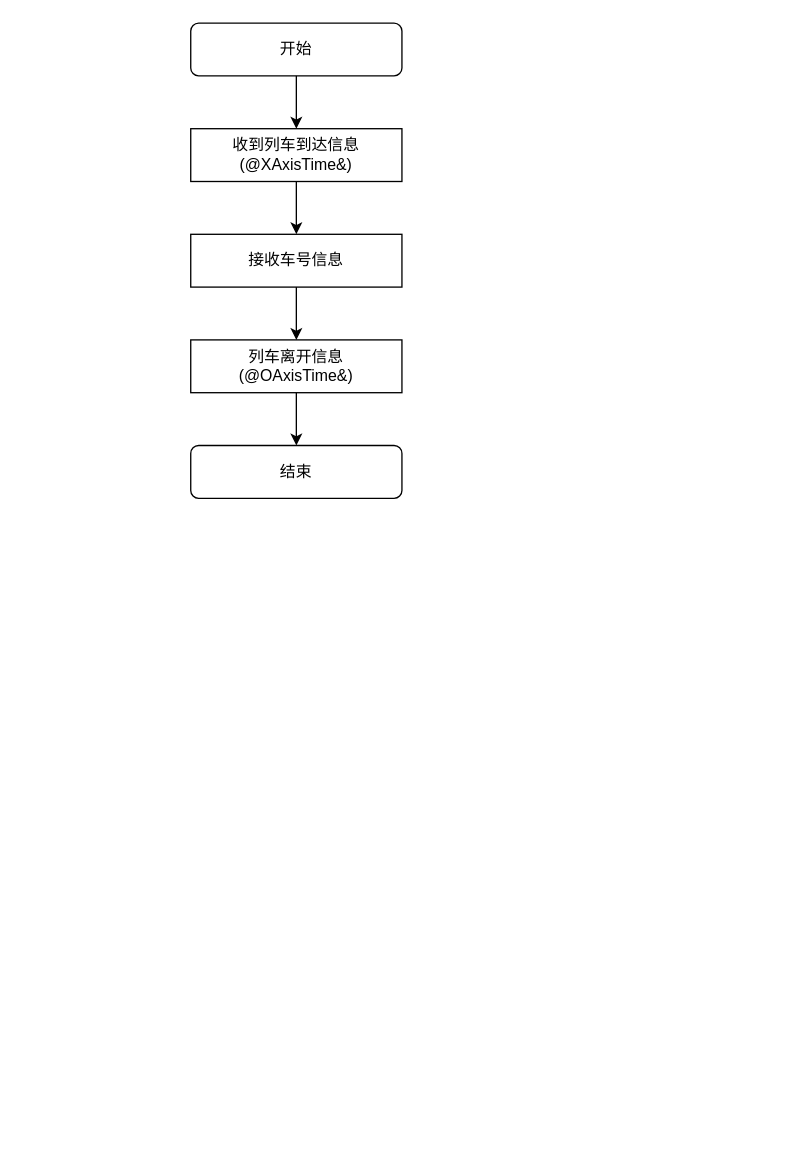
This is 22-BT-310/images/05/clip_image002.drawio from liu-tokyo/MY-HJP, a draw.io file, before an edit. Source tidied: cells renumbered, new cells numbered last; positions are measured from the earlier drawing's top-left corner, leaving out a move shared by most shapes. Both pictures are drawn from the tidied source at 132%, with x=0, y=0 at pixel (190, 22).
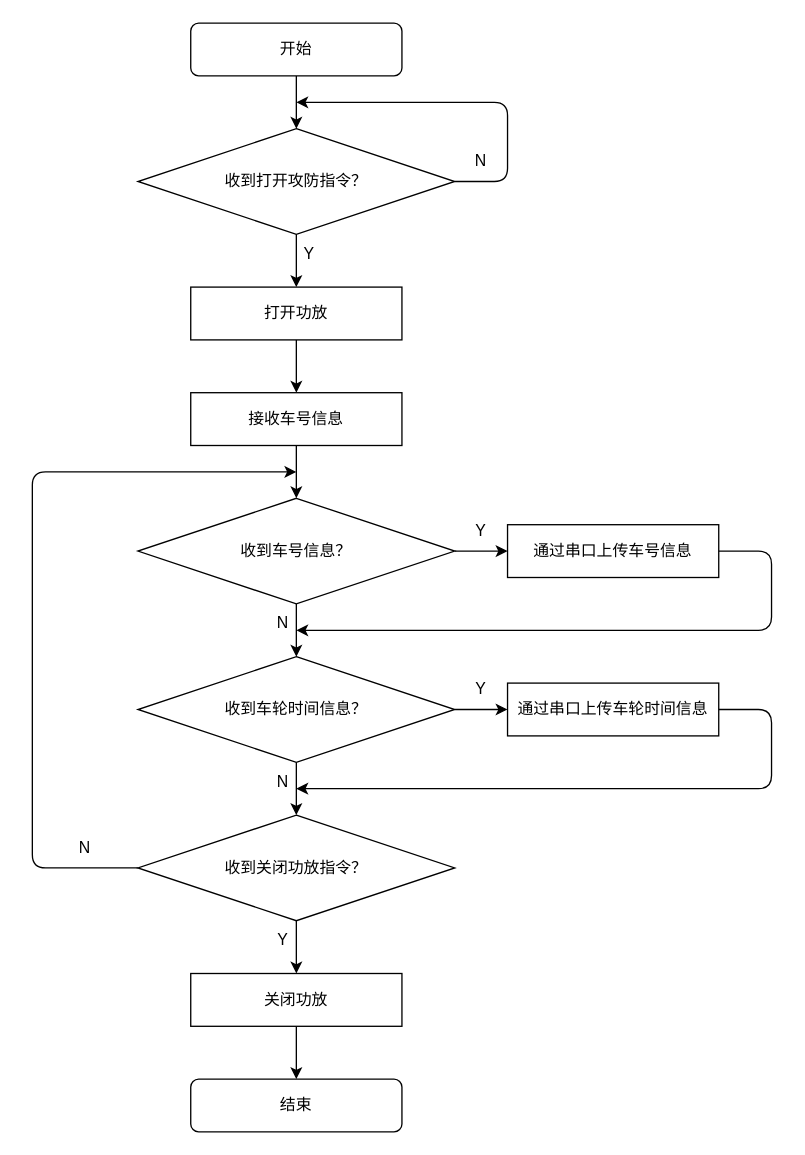
Above is the later version.

The change refers to these unchanged cells:
```xml
<mxCell id="2" value="开始" style="rounded=1;whiteSpace=wrap;html=1;" parent="1" vertex="1">
  <mxGeometry width="160" height="40" as="geometry" />
</mxCell>
```

What changed in the source:
```diff
@@
-    <mxCell id="3" value="收到列车到达信息&lt;br&gt;(@XAxisTime&amp;amp;)" style="rounded=0;whiteSpace=wrap;html=1;" parent="1" vertex="1">
-      <mxGeometry y="80" width="160" height="40" as="geometry" />
-    </mxCell>
+    <mxCell id="7" style="endArrow=classic;html=1;exitX=0.5;exitY=1;exitDx=0;exitDy=0;" parent="1" edge="1" source="2">
+      <mxGeometry relative="1" as="geometry">
+        <mxPoint x="80" y="80" as="targetPoint" />
+      </mxGeometry>
+    </mxCell>
+    <mxCell id="11" style="edgeStyle=none;html=1;exitX=0.5;exitY=1;exitDx=0;exitDy=0;entryX=0.5;entryY=0;entryDx=0;entryDy=0;" parent="1" edge="1" source="10" target="14">
+      <mxGeometry relative="1" as="geometry" />
+    </mxCell>
+    <mxCell id="12" style="edgeStyle=none;html=1;exitX=1;exitY=0.5;exitDx=0;exitDy=0;" parent="1" edge="1" source="10">
+      <mxGeometry relative="1" as="geometry">
+        <mxPoint x="80" y="60" as="targetPoint" />
+        <Array as="points">
+          <mxPoint x="240" y="120" />
+          <mxPoint x="240" y="60" />
+        </Array>
+      </mxGeometry>
+    </mxCell>
+    <mxCell id="10" value="收到打开攻防指令？" style="rhombus;whiteSpace=wrap;html=1;" parent="1" vertex="1">
+      <mxGeometry x="-40" y="80" width="240" height="80" as="geometry" />
+    </mxCell>
+    <mxCell id="13" style="edgeStyle=none;html=1;entryX=0.5;entryY=0;entryDx=0;entryDy=0;" parent="1" edge="1" source="14" target="4">
+      <mxGeometry relative="1" as="geometry" />
+    </mxCell>
+    <mxCell id="14" value="打开功放" style="rounded=0;whiteSpace=wrap;html=1;" parent="1" vertex="1">
+      <mxGeometry y="200" width="160" height="40" as="geometry" />
+    </mxCell>
+    <mxCell id="15" style="edgeStyle=none;html=1;entryX=0.5;entryY=0;entryDx=0;entryDy=0;" parent="1" edge="1" source="4" target="18">
+      <mxGeometry relative="1" as="geometry" />
+    </mxCell>
     <mxCell id="4" value="接收车号信息" style="rounded=0;whiteSpace=wrap;html=1;" parent="1" vertex="1">
-      <mxGeometry y="160" width="160" height="40" as="geometry" />
+      <mxGeometry y="280" width="160" height="40" as="geometry" />
     </mxCell>
-    <mxCell id="5" value="&lt;div&gt;列车离开信息&lt;/div&gt;&lt;div&gt;(@OAxisTime&amp;amp;)&lt;/div&gt;" style="rounded=0;whiteSpace=wrap;html=1;" parent="1" vertex="1">
-      <mxGeometry y="240" width="160" height="40" as="geometry" />
-    </mxCell>
+    <mxCell id="16" style="edgeStyle=none;html=1;entryX=0.5;entryY=0;entryDx=0;entryDy=0;" parent="1" edge="1" source="18" target="21">
+      <mxGeometry relative="1" as="geometry" />
+    </mxCell>
+    <mxCell id="17" style="edgeStyle=none;html=1;entryX=0;entryY=0.5;entryDx=0;entryDy=0;" parent="1" edge="1" source="18" target="30">
+      <mxGeometry relative="1" as="geometry" />
+    </mxCell>
+    <mxCell id="18" value="收到车号信息？" style="rhombus;whiteSpace=wrap;html=1;" parent="1" vertex="1">
+      <mxGeometry x="-40" y="360" width="240" height="80" as="geometry" />
+    </mxCell>
+    <mxCell id="19" style="edgeStyle=none;html=1;entryX=0.5;entryY=0;entryDx=0;entryDy=0;" parent="1" edge="1" source="21" target="24">
+      <mxGeometry relative="1" as="geometry" />
+    </mxCell>
+    <mxCell id="20" style="edgeStyle=none;html=1;entryX=0;entryY=0.5;entryDx=0;entryDy=0;" parent="1" edge="1" source="21" target="34">
+      <mxGeometry relative="1" as="geometry" />
+    </mxCell>
+    <mxCell id="21" value="收到车轮时间信息？" style="rhombus;whiteSpace=wrap;html=1;" parent="1" vertex="1">
+      <mxGeometry x="-40" y="480" width="240" height="80" as="geometry" />
+    </mxCell>
+    <mxCell id="22" style="edgeStyle=none;html=1;entryX=0.5;entryY=0;entryDx=0;entryDy=0;" parent="1" edge="1" source="24" target="26">
+      <mxGeometry relative="1" as="geometry" />
+    </mxCell>
+    <mxCell id="23" style="edgeStyle=none;html=1;" parent="1" edge="1" source="24">
+      <mxGeometry relative="1" as="geometry">
+        <mxPoint x="80" y="340" as="targetPoint" />
+        <Array as="points">
+          <mxPoint x="-120" y="640" />
+          <mxPoint x="-120" y="340" />
+        </Array>
+      </mxGeometry>
+    </mxCell>
+    <mxCell id="24" value="收到关闭功放指令？" style="rhombus;whiteSpace=wrap;html=1;" parent="1" vertex="1">
+      <mxGeometry x="-40" y="600" width="240" height="80" as="geometry" />
+    </mxCell>
+    <mxCell id="25" style="edgeStyle=none;html=1;entryX=0.5;entryY=0;entryDx=0;entryDy=0;" parent="1" edge="1" source="26" target="6">
+      <mxGeometry relative="1" as="geometry" />
+    </mxCell>
+    <mxCell id="26" value="关闭功放" style="rounded=0;whiteSpace=wrap;html=1;" parent="1" vertex="1">
+      <mxGeometry y="720" width="160" height="40" as="geometry" />
+    </mxCell>
     <mxCell id="6" value="结束" style="rounded=1;whiteSpace=wrap;html=1;" parent="1" vertex="1">
-      <mxGeometry y="320" width="160" height="40" as="geometry" />
+      <mxGeometry y="800" width="160" height="40" as="geometry" />
     </mxCell>
-    <mxCell id="7" style="endArrow=classic;html=1;exitX=0.5;exitY=1;exitDx=0;exitDy=0;" parent="1" edge="1" source="2" target="3">
-      <mxGeometry relative="1" as="geometry" />
-    </mxCell>
-    <mxCell id="8" style="endArrow=classic;html=1;exitX=0.5;exitY=1;exitDx=0;exitDy=0;entryX=0.5;entryY=0;entryDx=0;entryDy=0;" parent="1" edge="1" source="3" target="4">
-      <mxGeometry relative="1" as="geometry" />
-    </mxCell>
-    <mxCell id="9" style="endArrow=classic;html=1;exitX=0.5;exitY=1;exitDx=0;exitDy=0;" parent="1" edge="1" source="4" target="5">
-      <mxGeometry relative="1" as="geometry" />
-    </mxCell>
-    <mxCell id="10" style="endArrow=classic;html=1;exitX=0.5;exitY=1;exitDx=0;exitDy=0;entryX=0.5;entryY=0;entryDx=0;entryDy=0;" parent="1" edge="1" source="5" target="6">
-      <mxGeometry relative="1" as="geometry" />
-    </mxCell>
+    <mxCell id="27" value="Y" style="text;html=1;strokeColor=none;fillColor=none;align=center;verticalAlign=middle;whiteSpace=wrap;rounded=0;" parent="1" vertex="1">
+      <mxGeometry x="60" y="160" width="60" height="30" as="geometry" />
+    </mxCell>
+    <mxCell id="28" value="N" style="text;html=1;strokeColor=none;fillColor=none;align=center;verticalAlign=middle;whiteSpace=wrap;rounded=0;" parent="1" vertex="1">
+      <mxGeometry x="190" y="90" width="60" height="30" as="geometry" />
+    </mxCell>
+    <mxCell id="29" style="edgeStyle=none;html=1;" parent="1" edge="1" source="30">
+      <mxGeometry relative="1" as="geometry">
+        <mxPoint x="80" y="460" as="targetPoint" />
+        <Array as="points">
+          <mxPoint x="440" y="400" />
+          <mxPoint x="440" y="460" />
+        </Array>
+      </mxGeometry>
+    </mxCell>
+    <mxCell id="30" value="通过串口上传车号信息" style="rounded=0;whiteSpace=wrap;html=1;" parent="1" vertex="1">
+      <mxGeometry x="240" y="380" width="160" height="40" as="geometry" />
+    </mxCell>
+    <mxCell id="31" value="Y" style="text;html=1;strokeColor=none;fillColor=none;align=center;verticalAlign=middle;whiteSpace=wrap;rounded=0;" parent="1" vertex="1">
+      <mxGeometry x="190" y="370" width="60" height="30" as="geometry" />
+    </mxCell>
+    <mxCell id="32" value="N" style="text;html=1;strokeColor=none;fillColor=none;align=center;verticalAlign=middle;whiteSpace=wrap;rounded=0;" parent="1" vertex="1">
+      <mxGeometry x="40" y="440" width="60" height="30" as="geometry" />
+    </mxCell>
+    <mxCell id="33" style="edgeStyle=none;html=1;" parent="1" edge="1" source="34">
+      <mxGeometry relative="1" as="geometry">
+        <mxPoint x="80" y="580" as="targetPoint" />
+        <Array as="points">
+          <mxPoint x="440" y="520" />
+          <mxPoint x="440" y="580" />
+        </Array>
+      </mxGeometry>
+    </mxCell>
+    <mxCell id="34" value="通过串口上传车轮时间信息" style="rounded=0;whiteSpace=wrap;html=1;" parent="1" vertex="1">
+      <mxGeometry x="240" y="500" width="160" height="40" as="geometry" />
+    </mxCell>
+    <mxCell id="35" value="Y" style="text;html=1;strokeColor=none;fillColor=none;align=center;verticalAlign=middle;whiteSpace=wrap;rounded=0;" parent="1" vertex="1">
+      <mxGeometry x="190" y="490" width="60" height="30" as="geometry" />
+    </mxCell>
+    <mxCell id="36" value="N" style="text;html=1;strokeColor=none;fillColor=none;align=center;verticalAlign=middle;whiteSpace=wrap;rounded=0;" parent="1" vertex="1">
+      <mxGeometry x="40" y="560" width="60" height="30" as="geometry" />
+    </mxCell>
+    <mxCell id="37" value="Y" style="text;html=1;strokeColor=none;fillColor=none;align=center;verticalAlign=middle;whiteSpace=wrap;rounded=0;" parent="1" vertex="1">
+      <mxGeometry x="40" y="680" width="60" height="30" as="geometry" />
+    </mxCell>
+    <mxCell id="38" value="N" style="text;html=1;strokeColor=none;fillColor=none;align=center;verticalAlign=middle;whiteSpace=wrap;rounded=0;" parent="1" vertex="1">
+      <mxGeometry x="-110" y="610" width="60" height="30" as="geometry" />
+    </mxCell>
```
